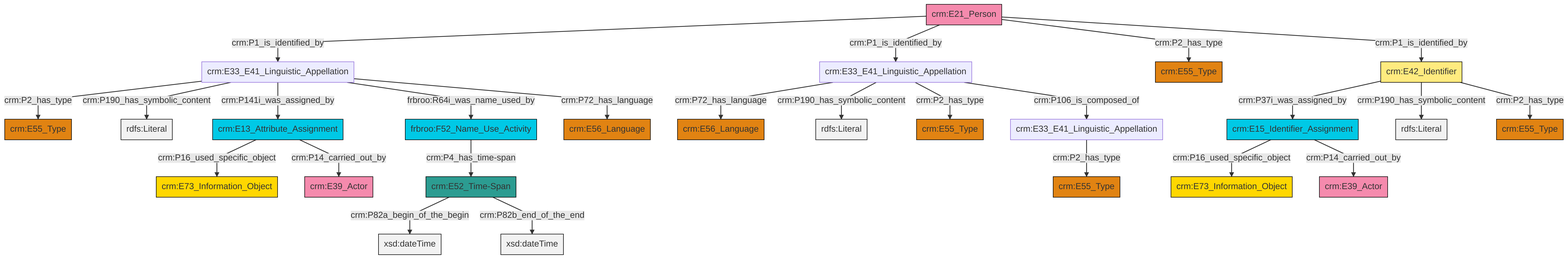
Above: et/personCSV/ttl/mmd/png/Person_Names_and_Classification.png in swiss-art-research-net/reference-data-models (Mermaid), before the change. Its source is kept beside it as et/personCSV/ttl/mmd/Person_Names_and_Classification.ttl.mmd. Source of this version:
```mermaid
graph TD
classDef Literal fill:#f2f2f2,stroke:#000000;
classDef CRM_Entity fill:#FFFFFF,stroke:#000000;
classDef Temporal_Entity fill:#00C9E6, stroke:#000000;
classDef Type fill:#E18312, stroke:#000000;
classDef Time-Span fill:#2C9C91, stroke:#000000;
classDef Appellation fill:#FFEB7F, stroke:#000000;
classDef Place fill:#008836, stroke:#000000;
classDef Persistent_Item fill:#B266B2, stroke:#000000;
classDef Conceptual_Object fill:#FFD700, stroke:#000000;
classDef Physical_Thing fill:#D2B48C, stroke:#000000;
classDef Actor fill:#f58aad, stroke:#000000;
classDef PC_Classes fill:#4ce600, stroke:#000000;
classDef Multi fill:#cccccc,stroke:#000000;

0["crm:E52_Time-Span"]:::Time-Span -->|crm:P82a_begin_of_the_begin| 1[xsd:dateTime]:::Literal
2["crm:E33_E41_Linguistic_Appellation"]:::Default -->|crm:P72_has_language| 3["crm:E56_Language"]:::Type
5["crm:E21_Person"]:::Actor -->|crm:P1_is_identified_by| 6["crm:E33_E41_Linguistic_Appellation"]:::Default
2["crm:E33_E41_Linguistic_Appellation"]:::Default -->|crm:P190_has_symbolic_content| 9[rdfs:Literal]:::Literal
6["crm:E33_E41_Linguistic_Appellation"]:::Default -->|crm:P2_has_type| 14["crm:E55_Type"]:::Type
15["crm:E33_E41_Linguistic_Appellation"]:::Default -->|crm:P2_has_type| 16["crm:E55_Type"]:::Type
0["crm:E52_Time-Span"]:::Time-Span -->|crm:P82b_end_of_the_end| 17[xsd:dateTime]:::Literal
2["crm:E33_E41_Linguistic_Appellation"]:::Default -->|crm:P2_has_type| 20["crm:E55_Type"]:::Type
22["crm:E42_Identifier"]:::Appellation -->|crm:P37i_was_assigned_by| 23["crm:E15_Identifier_Assignment"]:::Temporal_Entity
6["crm:E33_E41_Linguistic_Appellation"]:::Default -->|crm:P190_has_symbolic_content| 30[rdfs:Literal]:::Literal
23["crm:E15_Identifier_Assignment"]:::Temporal_Entity -->|crm:P16_used_specific_object| 12["crm:E73_Information_Object"]:::Conceptual_Object
5["crm:E21_Person"]:::Actor -->|crm:P1_is_identified_by| 2["crm:E33_E41_Linguistic_Appellation"]:::Default
2["crm:E33_E41_Linguistic_Appellation"]:::Default -->|crm:P106_is_composed_of| 15["crm:E33_E41_Linguistic_Appellation"]:::Default
5["crm:E21_Person"]:::Actor -->|crm:P2_has_type| 10["crm:E55_Type"]:::Type
23["crm:E15_Identifier_Assignment"]:::Temporal_Entity -->|crm:P14_carried_out_by| 34["crm:E39_Actor"]:::Actor
36["frbroo:F52_Name_Use_Activity"]:::Temporal_Entity -->|crm:P4_has_time-span| 0["crm:E52_Time-Span"]:::Time-Span
18["crm:E13_Attribute_Assignment"]:::Temporal_Entity -->|crm:P16_used_specific_object| 39["crm:E73_Information_Object"]:::Conceptual_Object
6["crm:E33_E41_Linguistic_Appellation"]:::Default -->|crm:P141i_was_assigned_by| 18["crm:E13_Attribute_Assignment"]:::Temporal_Entity
6["crm:E33_E41_Linguistic_Appellation"]:::Default -->|frbroo:R64i_was_name_used_by| 36["frbroo:F52_Name_Use_Activity"]:::Temporal_Entity
22["crm:E42_Identifier"]:::Appellation -->|crm:P190_has_symbolic_content| 44[rdfs:Literal]:::Literal
22["crm:E42_Identifier"]:::Appellation -->|crm:P2_has_type| 27["crm:E55_Type"]:::Type
5["crm:E21_Person"]:::Actor -->|crm:P1_is_identified_by| 22["crm:E42_Identifier"]:::Appellation
18["crm:E13_Attribute_Assignment"]:::Temporal_Entity -->|crm:P14_carried_out_by| 45["crm:E39_Actor"]:::Actor
6["crm:E33_E41_Linguistic_Appellation"]:::Default -->|crm:P72_has_language| 7["crm:E56_Language"]:::Type
```
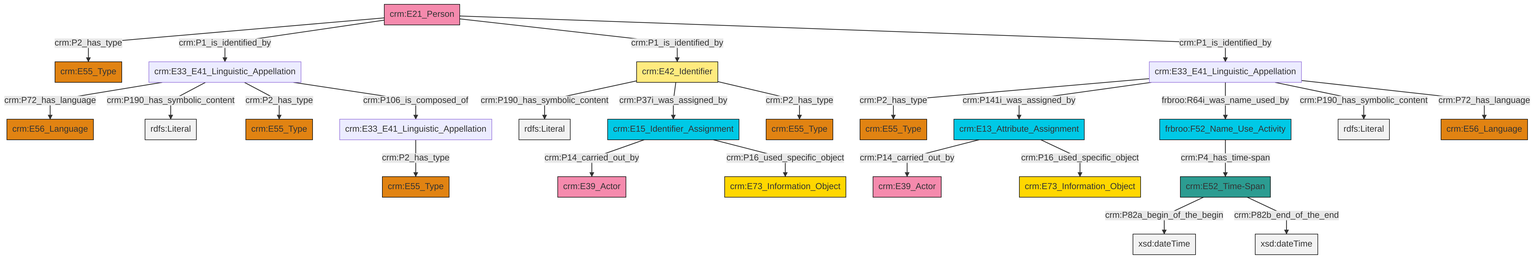
After the change.

Change to the diagram source:
```diff
@@ -13,27 +13,27 @@
 classDef PC_Classes fill:#4ce600, stroke:#000000;
 classDef Multi fill:#cccccc,stroke:#000000;
 
-0["crm:E52_Time-Span"]:::Time-Span -->|crm:P82a_begin_of_the_begin| 1[xsd:dateTime]:::Literal
+0["crm:E13_Attribute_Assignment"]:::Temporal_Entity -->|crm:P14_carried_out_by| 1["crm:E39_Actor"]:::Actor
 2["crm:E33_E41_Linguistic_Appellation"]:::Default -->|crm:P72_has_language| 3["crm:E56_Language"]:::Type
-5["crm:E21_Person"]:::Actor -->|crm:P1_is_identified_by| 6["crm:E33_E41_Linguistic_Appellation"]:::Default
-2["crm:E33_E41_Linguistic_Appellation"]:::Default -->|crm:P190_has_symbolic_content| 9[rdfs:Literal]:::Literal
-6["crm:E33_E41_Linguistic_Appellation"]:::Default -->|crm:P2_has_type| 14["crm:E55_Type"]:::Type
-15["crm:E33_E41_Linguistic_Appellation"]:::Default -->|crm:P2_has_type| 16["crm:E55_Type"]:::Type
-0["crm:E52_Time-Span"]:::Time-Span -->|crm:P82b_end_of_the_end| 17[xsd:dateTime]:::Literal
-2["crm:E33_E41_Linguistic_Appellation"]:::Default -->|crm:P2_has_type| 20["crm:E55_Type"]:::Type
-22["crm:E42_Identifier"]:::Appellation -->|crm:P37i_was_assigned_by| 23["crm:E15_Identifier_Assignment"]:::Temporal_Entity
-6["crm:E33_E41_Linguistic_Appellation"]:::Default -->|crm:P190_has_symbolic_content| 30[rdfs:Literal]:::Literal
-23["crm:E15_Identifier_Assignment"]:::Temporal_Entity -->|crm:P16_used_specific_object| 12["crm:E73_Information_Object"]:::Conceptual_Object
-5["crm:E21_Person"]:::Actor -->|crm:P1_is_identified_by| 2["crm:E33_E41_Linguistic_Appellation"]:::Default
-2["crm:E33_E41_Linguistic_Appellation"]:::Default -->|crm:P106_is_composed_of| 15["crm:E33_E41_Linguistic_Appellation"]:::Default
-5["crm:E21_Person"]:::Actor -->|crm:P2_has_type| 10["crm:E55_Type"]:::Type
-23["crm:E15_Identifier_Assignment"]:::Temporal_Entity -->|crm:P14_carried_out_by| 34["crm:E39_Actor"]:::Actor
-36["frbroo:F52_Name_Use_Activity"]:::Temporal_Entity -->|crm:P4_has_time-span| 0["crm:E52_Time-Span"]:::Time-Span
-18["crm:E13_Attribute_Assignment"]:::Temporal_Entity -->|crm:P16_used_specific_object| 39["crm:E73_Information_Object"]:::Conceptual_Object
-6["crm:E33_E41_Linguistic_Appellation"]:::Default -->|crm:P141i_was_assigned_by| 18["crm:E13_Attribute_Assignment"]:::Temporal_Entity
-6["crm:E33_E41_Linguistic_Appellation"]:::Default -->|frbroo:R64i_was_name_used_by| 36["frbroo:F52_Name_Use_Activity"]:::Temporal_Entity
-22["crm:E42_Identifier"]:::Appellation -->|crm:P190_has_symbolic_content| 44[rdfs:Literal]:::Literal
-22["crm:E42_Identifier"]:::Appellation -->|crm:P2_has_type| 27["crm:E55_Type"]:::Type
-5["crm:E21_Person"]:::Actor -->|crm:P1_is_identified_by| 22["crm:E42_Identifier"]:::Appellation
-18["crm:E13_Attribute_Assignment"]:::Temporal_Entity -->|crm:P14_carried_out_by| 45["crm:E39_Actor"]:::Actor
-6["crm:E33_E41_Linguistic_Appellation"]:::Default -->|crm:P72_has_language| 7["crm:E56_Language"]:::Type
+4["crm:E15_Identifier_Assignment"]:::Temporal_Entity -->|crm:P14_carried_out_by| 5["crm:E39_Actor"]:::Actor
+4["crm:E15_Identifier_Assignment"]:::Temporal_Entity -->|crm:P16_used_specific_object| 7["crm:E73_Information_Object"]:::Conceptual_Object
+22["crm:E52_Time-Span"]:::Time-Span -->|crm:P82a_begin_of_the_begin| 23[xsd:dateTime]:::Literal
+2["crm:E33_E41_Linguistic_Appellation"]:::Default -->|crm:P190_has_symbolic_content| 24[rdfs:Literal]:::Literal
+20["crm:E33_E41_Linguistic_Appellation"]:::Default -->|crm:P2_has_type| 17["crm:E55_Type"]:::Type
+27["crm:E42_Identifier"]:::Appellation -->|crm:P190_has_symbolic_content| 28[rdfs:Literal]:::Literal
+27["crm:E42_Identifier"]:::Appellation -->|crm:P37i_was_assigned_by| 4["crm:E15_Identifier_Assignment"]:::Temporal_Entity
+20["crm:E33_E41_Linguistic_Appellation"]:::Default -->|crm:P141i_was_assigned_by| 0["crm:E13_Attribute_Assignment"]:::Temporal_Entity
+20["crm:E33_E41_Linguistic_Appellation"]:::Default -->|frbroo:R64i_was_name_used_by| 32["frbroo:F52_Name_Use_Activity"]:::Temporal_Entity
+20["crm:E33_E41_Linguistic_Appellation"]:::Default -->|crm:P190_has_symbolic_content| 36[rdfs:Literal]:::Literal
+32["frbroo:F52_Name_Use_Activity"]:::Temporal_Entity -->|crm:P4_has_time-span| 22["crm:E52_Time-Span"]:::Time-Span
+27["crm:E42_Identifier"]:::Appellation -->|crm:P2_has_type| 10["crm:E55_Type"]:::Type
+34["crm:E21_Person"]:::Actor -->|crm:P2_has_type| 14["crm:E55_Type"]:::Type
+2["crm:E33_E41_Linguistic_Appellation"]:::Default -->|crm:P2_has_type| 12["crm:E55_Type"]:::Type
+34["crm:E21_Person"]:::Actor -->|crm:P1_is_identified_by| 2["crm:E33_E41_Linguistic_Appellation"]:::Default
+34["crm:E21_Person"]:::Actor -->|crm:P1_is_identified_by| 27["crm:E42_Identifier"]:::Appellation
+20["crm:E33_E41_Linguistic_Appellation"]:::Default -->|crm:P72_has_language| 37["crm:E56_Language"]:::Type
+34["crm:E21_Person"]:::Actor -->|crm:P1_is_identified_by| 20["crm:E33_E41_Linguistic_Appellation"]:::Default
+2["crm:E33_E41_Linguistic_Appellation"]:::Default -->|crm:P106_is_composed_of| 25["crm:E33_E41_Linguistic_Appellation"]:::Default
+25["crm:E33_E41_Linguistic_Appellation"]:::Default -->|crm:P2_has_type| 43["crm:E55_Type"]:::Type
+22["crm:E52_Time-Span"]:::Time-Span -->|crm:P82b_end_of_the_end| 46[xsd:dateTime]:::Literal
+0["crm:E13_Attribute_Assignment"]:::Temporal_Entity -->|crm:P16_used_specific_object| 40["crm:E73_Information_Object"]:::Conceptual_Object
```
